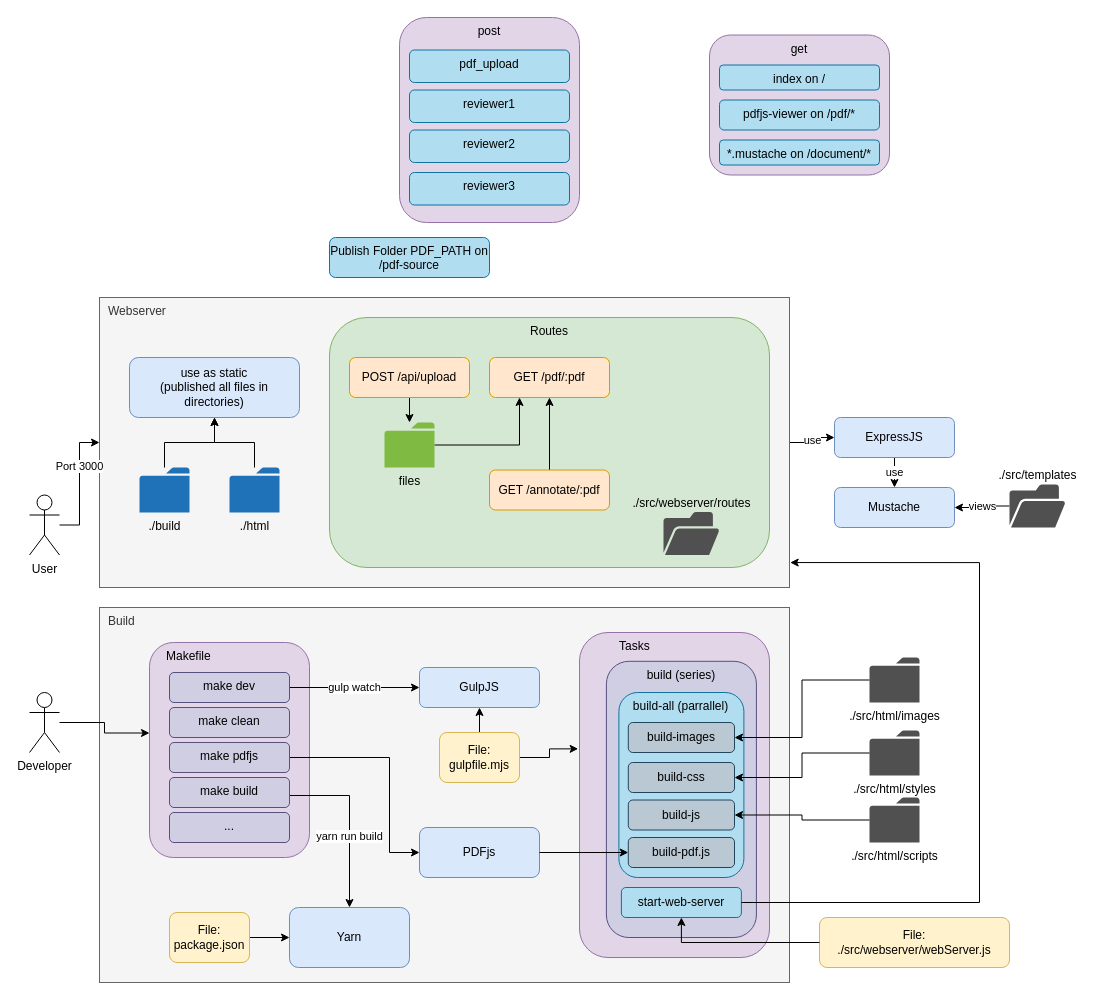
This is page "Content Server" (1 of 3) of content-server/docs/architecture.drawio from UKPLab/CARE, a draw.io file, before an edit. Source tidied: cells renumbered, new cells numbered last; positions are measured from the earlier drawing's top-left corner, leaving out a move shared by most shapes. Both pictures are drawn from the tidied source at 100%, with x=0, y=0 at pixel (29, 17).
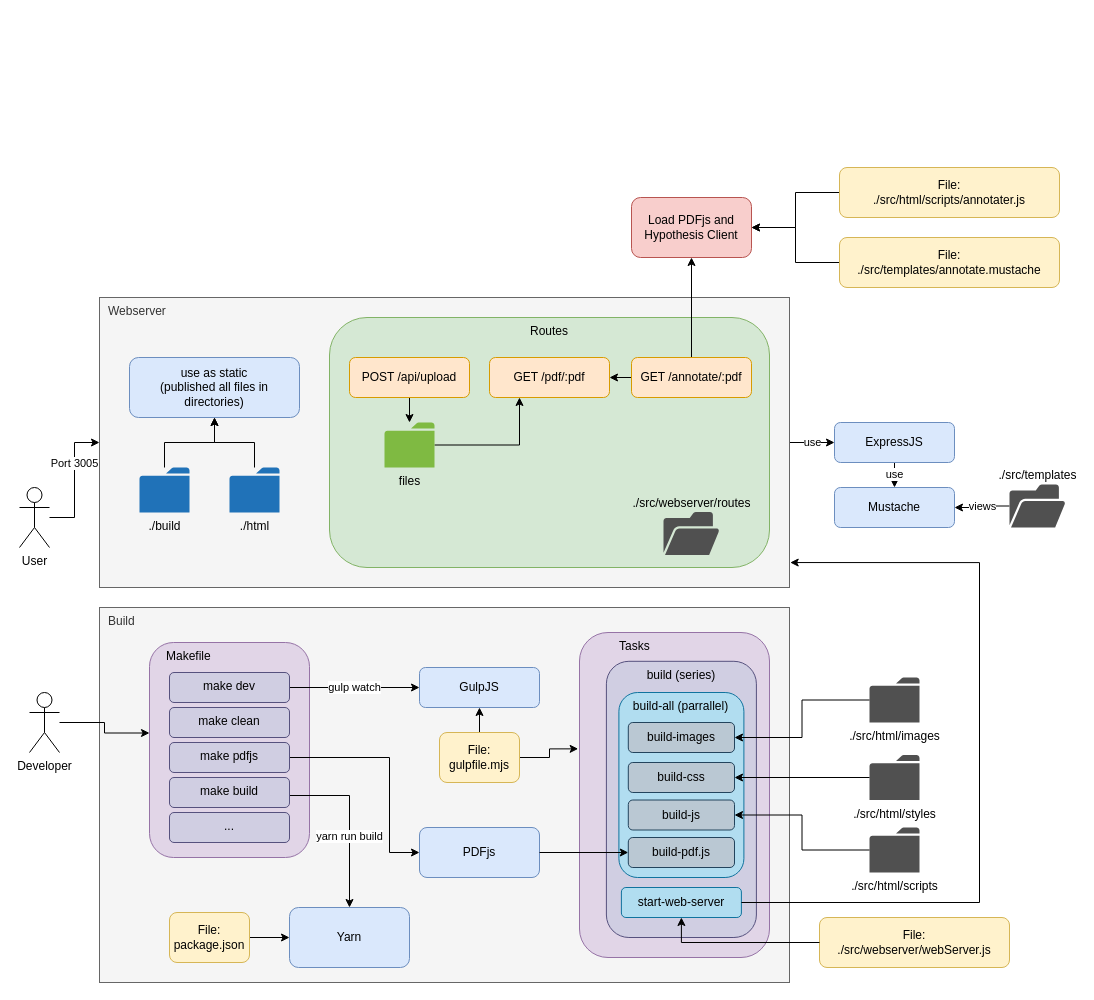
The same diagram, later.

Commit message (it also covers changes not shown here):
add route for hypothesis client

The change refers to these unchanged cells:
```xml
<mxCell id="40" style="edgeStyle=orthogonalEdgeStyle;rounded=0;jettySize=auto;html=1;entryX=0;entryY=0.5;entryDx=0;entryDy=0;" parent="1" edge="1" source="4" target="6">
  <mxGeometry relative="1" as="geometry" />
</mxCell>
```

What changed in the source:
```diff
@@
-    <mxCell id="2" value="get" style="rounded=1;whiteSpace=wrap;html=1;align=center;verticalAlign=top;fillColor=#e1d5e7;strokeColor=#9673a6;" parent="1" vertex="1">
-      <mxGeometry x="680" y="17.5" width="180" height="140" as="geometry" />
-    </mxCell>
@@
     <mxCell id="4" value="User" style="shape=umlActor;verticalLabelPosition=bottom;verticalAlign=top;html=1;outlineConnect=0;" parent="1" vertex="1">
-      <mxGeometry y="477.5" width="30" height="60" as="geometry" />
+      <mxGeometry x="-10" y="470" width="30" height="60" as="geometry" />
     </mxCell>
@@
-    <mxCell id="26" value="Publish Folder PDF_PATH on /pdf-source" style="rounded=1;whiteSpace=wrap;html=1;align=center;verticalAlign=top;fillColor=#b1ddf0;strokeColor=#10739e;" parent="1" vertex="1">
-      <mxGeometry x="300" y="220" width="160" height="40" as="geometry" />
-    </mxCell>
@@
     <mxCell id="28" value="ExpressJS" style="rounded=1;whiteSpace=wrap;html=1;align=center;verticalAlign=middle;fillColor=#dae8fc;strokeColor=#6c8ebf;" parent="1" vertex="1">
-      <mxGeometry x="805" y="400" width="120" height="40" as="geometry" />
+      <mxGeometry x="805" y="405" width="120" height="40" as="geometry" />
     </mxCell>
-    <mxCell id="29" style="group;" parent="1" vertex="1">
-      <mxGeometry x="370" width="180" height="205" as="geometry" />
-    </mxCell>
-    <mxCell id="30" value="post" style="rounded=1;whiteSpace=wrap;html=1;align=center;verticalAlign=top;fillColor=#e1d5e7;strokeColor=#9673a6;" parent="29" vertex="1">
-      <mxGeometry width="180" height="205" as="geometry" />
-    </mxCell>
-    <mxCell id="31" value="pdf_upload" style="rounded=1;whiteSpace=wrap;html=1;align=center;verticalAlign=top;fillColor=#b1ddf0;strokeColor=#10739e;" parent="29" vertex="1">
-      <mxGeometry x="10" y="32.5" width="160" height="32.5" as="geometry" />
-    </mxCell>
-    <mxCell id="32" value="reviewer1" style="rounded=1;whiteSpace=wrap;html=1;align=center;verticalAlign=top;fillColor=#b1ddf0;strokeColor=#10739e;" parent="29" vertex="1">
-      <mxGeometry x="10" y="72.5" width="160" height="32.5" as="geometry" />
-    </mxCell>
-    <mxCell id="33" value="reviewer2" style="rounded=1;whiteSpace=wrap;html=1;align=center;verticalAlign=top;fillColor=#b1ddf0;strokeColor=#10739e;" parent="29" vertex="1">
-      <mxGeometry x="10" y="112.5" width="160" height="32.5" as="geometry" />
-    </mxCell>
-    <mxCell id="34" value="reviewer3" style="rounded=1;whiteSpace=wrap;html=1;align=center;verticalAlign=top;fillColor=#b1ddf0;strokeColor=#10739e;" parent="29" vertex="1">
-      <mxGeometry x="10" y="155" width="160" height="32.5" as="geometry" />
-    </mxCell>
@@
     <mxCell id="37" value="./src/html/images" style="sketch=0;shadow=0;dashed=0;html=1;strokeColor=none;fillColor=#505050;labelPosition=center;verticalLabelPosition=bottom;verticalAlign=top;outlineConnect=0;align=center;shape=mxgraph.office.concepts.folder;rounded=0;" parent="1" vertex="1">
-      <mxGeometry x="840" y="640" width="50" height="45" as="geometry" />
+      <mxGeometry x="840" y="660" width="50" height="45" as="geometry" />
     </mxCell>
     <mxCell id="38" value="./src/html/styles" style="sketch=0;shadow=0;dashed=0;html=1;strokeColor=none;fillColor=#505050;labelPosition=center;verticalLabelPosition=bottom;verticalAlign=top;outlineConnect=0;align=center;shape=mxgraph.office.concepts.folder;rounded=0;" parent="1" vertex="1">
-      <mxGeometry x="840" y="713" width="50" height="45" as="geometry" />
+      <mxGeometry x="840" y="737.5" width="50" height="45" as="geometry" />
     </mxCell>
     <mxCell id="39" value="./src/html/scripts" style="sketch=0;shadow=0;dashed=0;html=1;strokeColor=none;fillColor=#505050;labelPosition=center;verticalLabelPosition=bottom;verticalAlign=top;outlineConnect=0;align=center;shape=mxgraph.office.concepts.folder;rounded=0;" parent="1" vertex="1">
-      <mxGeometry x="840" y="780" width="50" height="45" as="geometry" />
+      <mxGeometry x="840" y="810" width="50" height="45" as="geometry" />
     </mxCell>
@@
-    <mxCell id="41" value="Port 3000" style="edgeLabel;html=1;align=center;verticalAlign=middle;" parent="40" vertex="1">
+    <mxCell id="41" value="Port 3005" style="edgeLabel;html=1;align=center;verticalAlign=middle;" parent="40" vertex="1">
       <mxGeometry x="0.3" y="1" relative="1" as="geometry">
         <mxPoint y="1" as="offset" />
       </mxGeometry>
     </mxCell>
-    <mxCell id="42" value="index on /" style="rounded=1;whiteSpace=wrap;html=1;align=center;verticalAlign=top;fillColor=#b1ddf0;strokeColor=#10739e;" parent="1" vertex="1">
-      <mxGeometry x="690" y="47.5" width="160" height="25" as="geometry" />
-    </mxCell>
-    <mxCell id="43" value="pdfjs-viewer on /pdf/*" style="rounded=1;whiteSpace=wrap;html=1;align=center;verticalAlign=top;fillColor=#b1ddf0;strokeColor=#10739e;" parent="1" vertex="1">
-      <mxGeometry x="690" y="82.5" width="160" height="30" as="geometry" />
-    </mxCell>
-    <mxCell id="44" value="*.mustache on /document/*" style="rounded=1;whiteSpace=wrap;html=1;align=center;verticalAlign=top;fillColor=#b1ddf0;strokeColor=#10739e;" parent="1" vertex="1">
-      <mxGeometry x="690" y="122.5" width="160" height="25" as="geometry" />
-    </mxCell>
@@
+    <mxCell id="77" style="edgeStyle=orthogonalEdgeStyle;rounded=0;jettySize=auto;html=1;" parent="1" edge="1" source="76" target="78">
+      <mxGeometry relative="1" as="geometry" />
+    </mxCell>
     <mxCell id="76" value="GET /annotate/:pdf" style="rounded=1;whiteSpace=wrap;html=1;fillColor=#ffe6cc;strokeColor=#d79b00;" parent="1" vertex="1">
-      <mxGeometry x="460" y="452.5" width="120" height="40" as="geometry" />
+      <mxGeometry x="602" y="340" width="120" height="40" as="geometry" />
     </mxCell>
+    <mxCell id="78" value="Load PDFjs and Hypothesis Client" style="rounded=1;whiteSpace=wrap;html=1;fillColor=#f8cecc;strokeColor=#b85450;" parent="1" vertex="1">
+      <mxGeometry x="602" y="180" width="120" height="60" as="geometry" />
+    </mxCell>
+    <mxCell id="79" style="edgeStyle=orthogonalEdgeStyle;rounded=0;jettySize=auto;html=1;" parent="1" edge="1" source="80" target="78">
+      <mxGeometry relative="1" as="geometry" />
+    </mxCell>
+    <mxCell id="80" value="File:&lt;br&gt;./src/html/scripts/annotater.js" style="whiteSpace=wrap;html=1;rounded=1;align=center;verticalAlign=middle;fillColor=#fff2cc;strokeColor=#d6b656;" parent="1" vertex="1">
+      <mxGeometry x="810" y="150" width="220" height="50" as="geometry" />
+    </mxCell>
+    <mxCell id="81" style="edgeStyle=orthogonalEdgeStyle;rounded=0;jettySize=auto;html=1;" parent="1" edge="1" source="82" target="78">
+      <mxGeometry relative="1" as="geometry" />
+    </mxCell>
+    <mxCell id="82" value="File:&lt;br&gt;./src/templates/annotate.mustache" style="whiteSpace=wrap;html=1;rounded=1;align=center;verticalAlign=middle;fillColor=#fff2cc;strokeColor=#d6b656;" parent="1" vertex="1">
+      <mxGeometry x="810" y="220" width="220" height="50" as="geometry" />
+    </mxCell>
```
